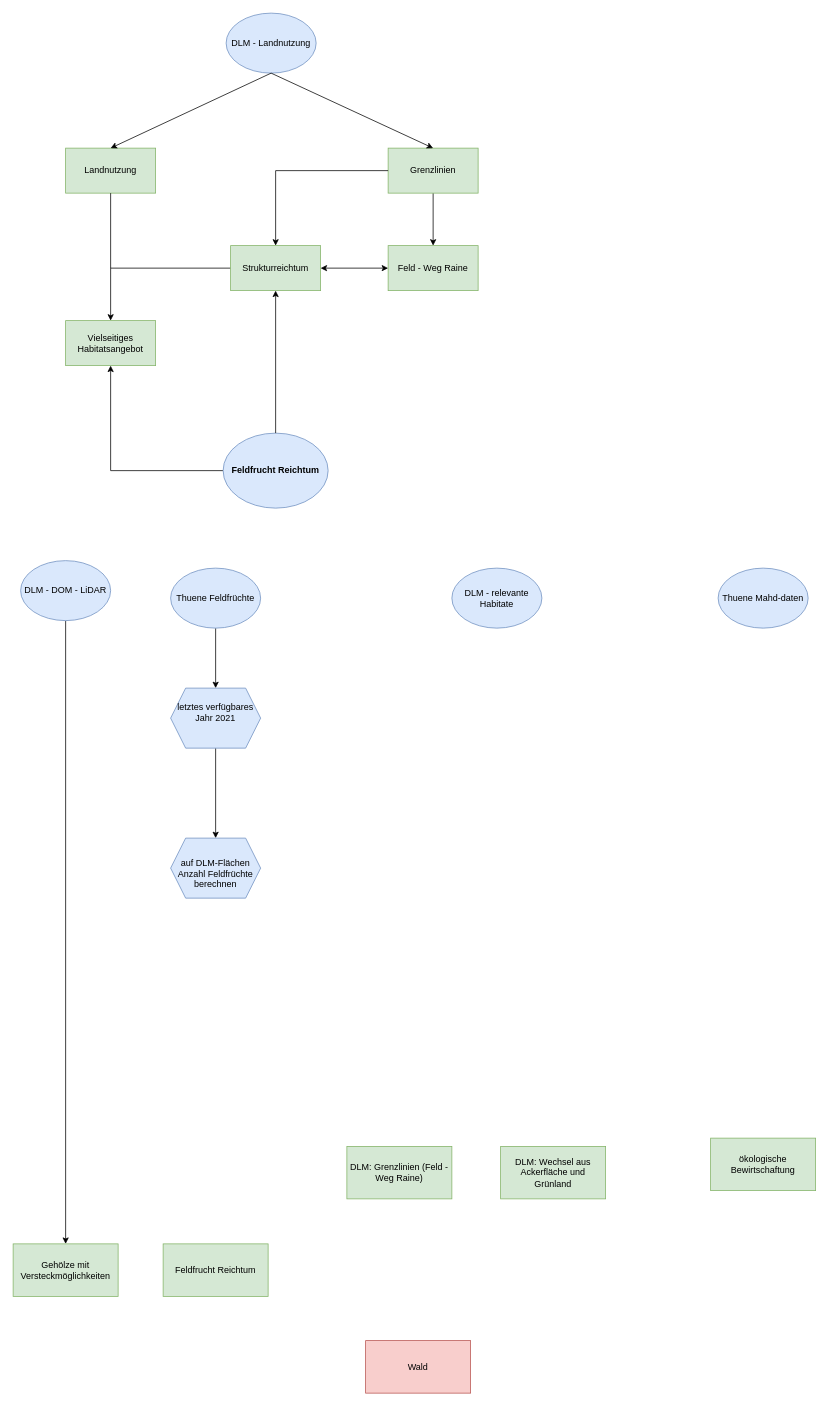
luismaecker/Tests keeps this draw.io diagram as Rebhuhn.drawio. Above is the earlier version. Source tidied: cells renumbered, new cells numbered last; positions are measured from the earlier drawing's top-left corner, leaving out a move shared by most shapes. Both pictures are drawn from the tidied source at 75%, with x=0, y=0 at pixel (13, 13).
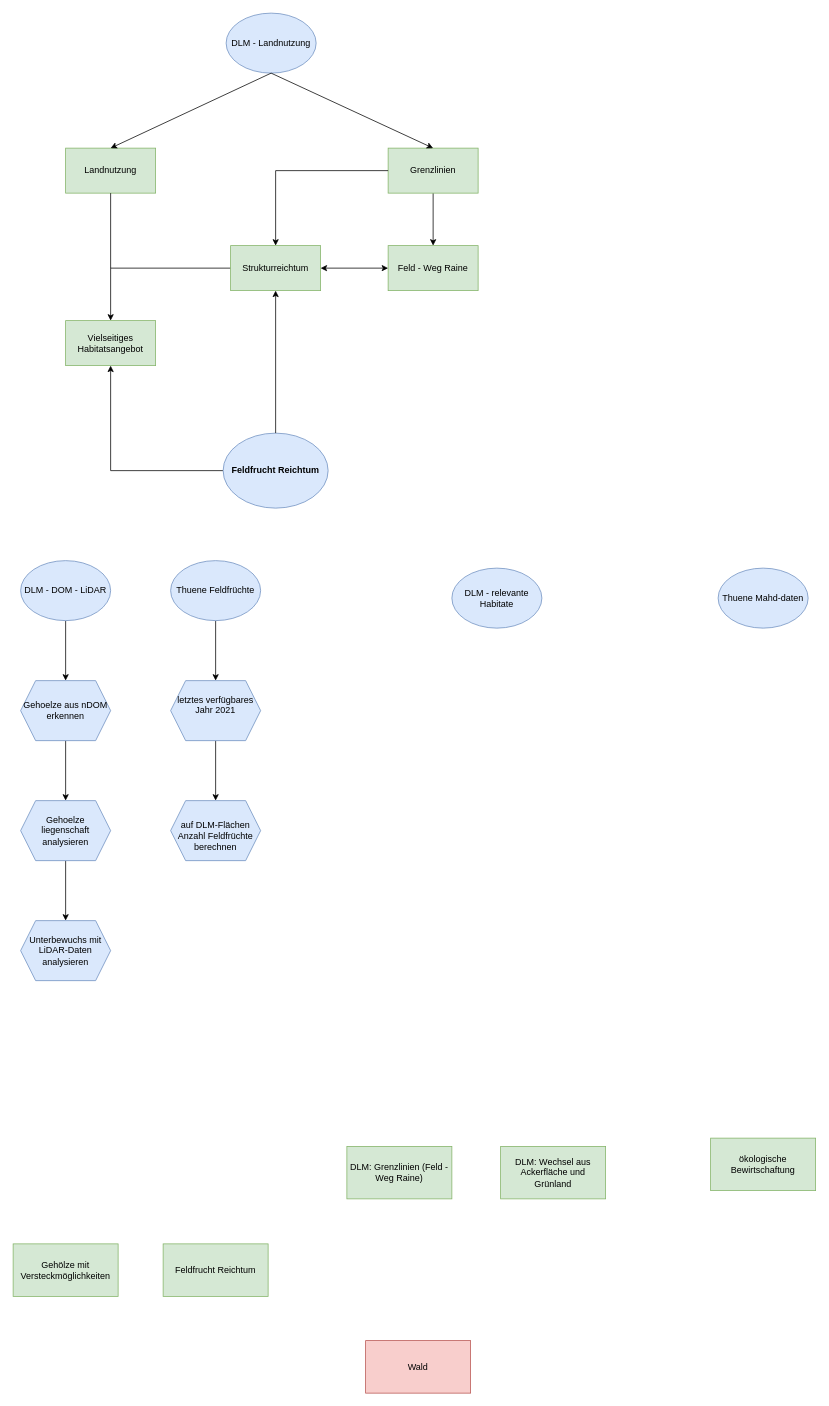
The same page after the edit.

Unchanged cells that the change refers to:
```xml
<mxCell id="18" value="Gehölze mit Versteckmöglichkeiten" style="rounded=0;whiteSpace=wrap;html=1;fillColor=#d5e8d4;strokeColor=#82b366;" parent="1" vertex="1">
  <mxGeometry y="1641" width="140" height="70" as="geometry" />
</mxCell>
<mxCell id="25" value="DLM - DOM - LiDAR" style="ellipse;whiteSpace=wrap;html=1;fillColor=#dae8fc;strokeColor=#6c8ebf;" parent="1" vertex="1">
  <mxGeometry x="10" y="730" width="120" height="80" as="geometry" />
</mxCell>
```

The edit, as a diff of the source:
```diff
@@
-    <mxCell id="24" style="edgeStyle=orthogonalEdgeStyle;rounded=0;jettySize=auto;html=1;" parent="1" edge="1" source="25" target="18">
-      <mxGeometry relative="1" as="geometry" />
-    </mxCell>
+    <mxCell id="33" style="edgeStyle=orthogonalEdgeStyle;rounded=0;jettySize=auto;html=1;" parent="1" edge="1" source="25" target="35">
+      <mxGeometry relative="1" as="geometry" />
+    </mxCell>
@@
     <mxCell id="28" value="Thuene Feldfrüchte" style="ellipse;whiteSpace=wrap;html=1;fillColor=#dae8fc;strokeColor=#6c8ebf;" parent="1" vertex="1">
-      <mxGeometry x="210" y="740" width="120" height="80" as="geometry" />
+      <mxGeometry x="210" y="730" width="120" height="80" as="geometry" />
     </mxCell>
@@
     <mxCell id="31" value="&#10;letztes verfügbares Jahr 2021&#10;&#10;" style="shape=hexagon;perimeter=hexagonPerimeter2;whiteSpace=wrap;html=1;fixedSize=1;fillColor=#dae8fc;strokeColor=#6c8ebf;" parent="1" vertex="1">
-      <mxGeometry x="210" y="900" width="120" height="80" as="geometry" />
+      <mxGeometry x="210" y="890" width="120" height="80" as="geometry" />
     </mxCell>
     <mxCell id="32" value="&lt;br&gt;auf DLM-Flächen Anzahl Feldfrüchte berechnen&lt;br&gt;" style="shape=hexagon;perimeter=hexagonPerimeter2;whiteSpace=wrap;html=1;fixedSize=1;fillColor=#dae8fc;strokeColor=#6c8ebf;" parent="1" vertex="1">
-      <mxGeometry x="210" y="1100" width="120" height="80" as="geometry" />
+      <mxGeometry x="210" y="1050" width="120" height="80" as="geometry" />
     </mxCell>
+    <mxCell id="34" style="edgeStyle=orthogonalEdgeStyle;rounded=0;jettySize=auto;html=1;" parent="1" edge="1" source="35" target="37">
+      <mxGeometry relative="1" as="geometry" />
+    </mxCell>
+    <mxCell id="35" value="Gehoelze aus nDOM erkennen" style="shape=hexagon;perimeter=hexagonPerimeter2;whiteSpace=wrap;html=1;fixedSize=1;fillColor=#dae8fc;strokeColor=#6c8ebf;" parent="1" vertex="1">
+      <mxGeometry x="10" y="890" width="120" height="80" as="geometry" />
+    </mxCell>
+    <mxCell id="36" style="edgeStyle=orthogonalEdgeStyle;rounded=0;jettySize=auto;html=1;" parent="1" edge="1" source="37" target="38">
+      <mxGeometry relative="1" as="geometry" />
+    </mxCell>
+    <mxCell id="37" value="Gehoelze liegenschaft analysieren" style="shape=hexagon;perimeter=hexagonPerimeter2;whiteSpace=wrap;html=1;fixedSize=1;fillColor=#dae8fc;strokeColor=#6c8ebf;" parent="1" vertex="1">
+      <mxGeometry x="10" y="1050" width="120" height="80" as="geometry" />
+    </mxCell>
+    <mxCell id="38" value="Unterbewuchs mit LiDAR-Daten analysieren" style="shape=hexagon;perimeter=hexagonPerimeter2;whiteSpace=wrap;html=1;fixedSize=1;fillColor=#dae8fc;strokeColor=#6c8ebf;" parent="1" vertex="1">
+      <mxGeometry x="10" y="1210" width="120" height="80" as="geometry" />
+    </mxCell>
```
